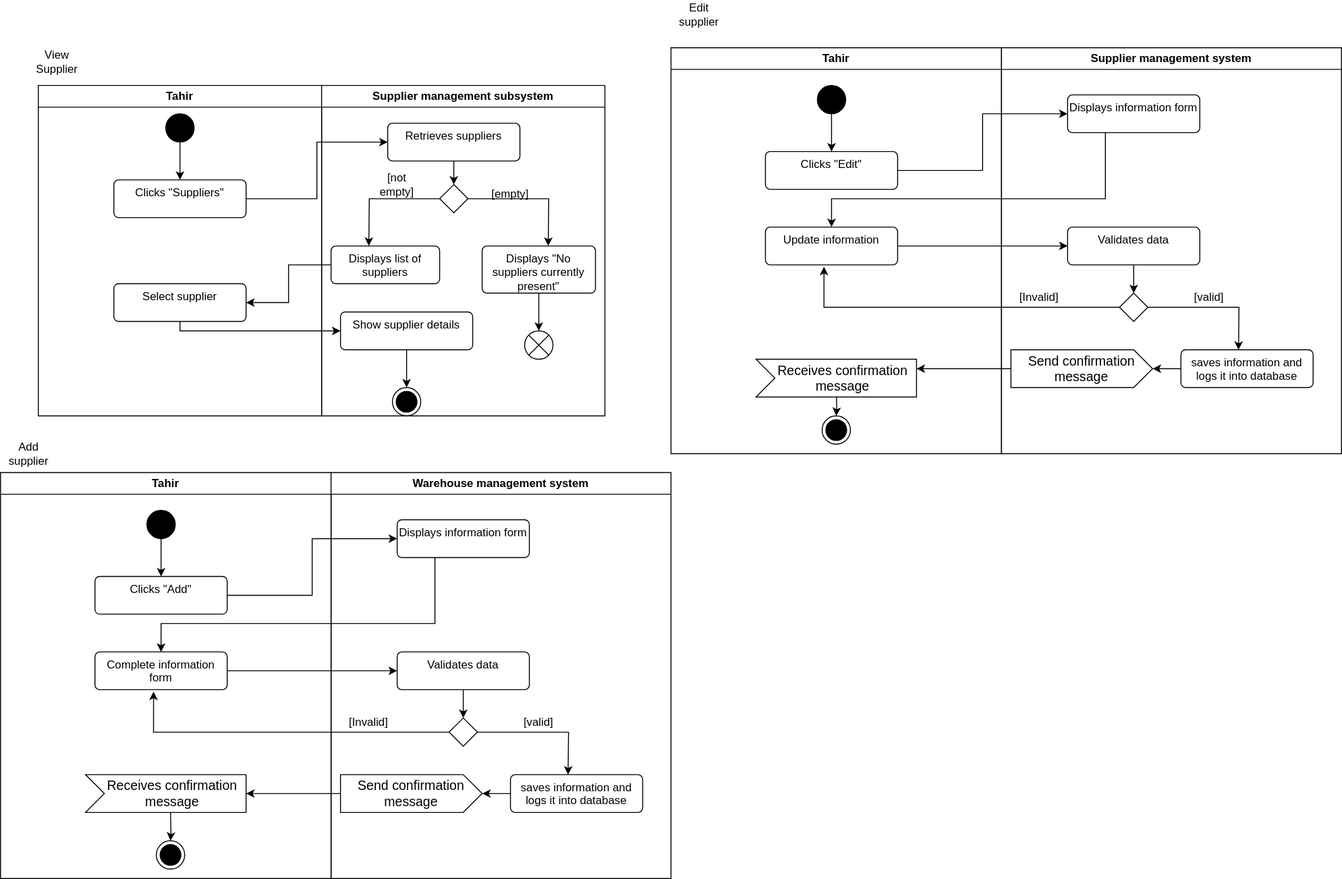
Simamkele88/IFM3_GP keeps this draw.io diagram as supplier_act.svg. Above is the earlier version. Source tidied: cells renumbered, new cells last; positions are measured from the earlier drawing's top-left corner, leaving out a move shared by most shapes.
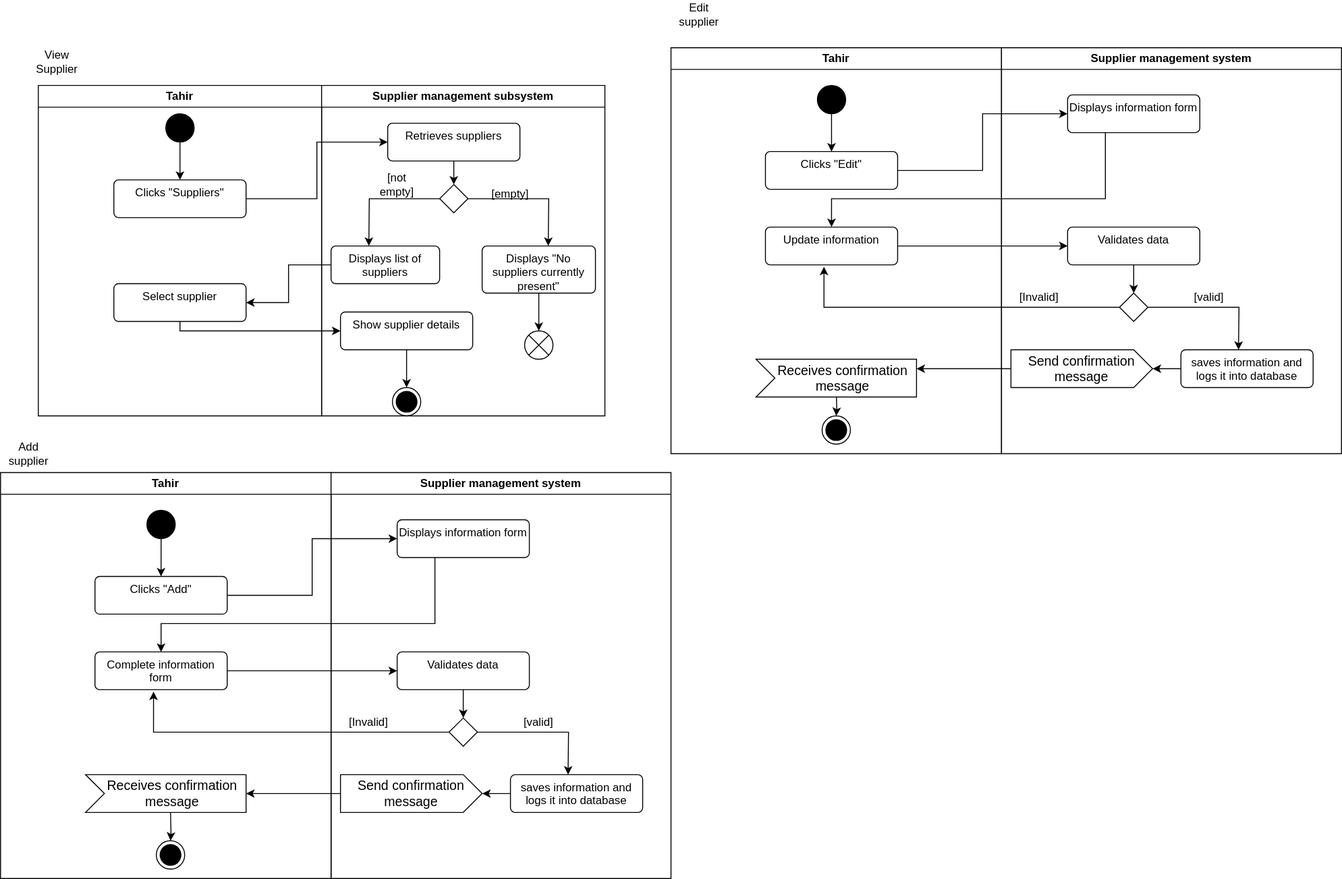
After the commit.

Change to the diagram source:
```diff
@@ -197,7 +197,7 @@
     <mxCell id="59" value="Receives confirmation message" style="html=1;shape=mxgraph.infographic.ribbonSimple;notch1=20;notch2=0;align=center;verticalAlign=middle;fontSize=14;fontStyle=0;fillColor=#FFFFFF;flipH=0;spacingRight=0;spacingLeft=14;whiteSpace=wrap;" parent="52" vertex="1">
       <mxGeometry x="90" y="320" width="170" height="40" as="geometry" />
     </mxCell>
-    <mxCell id="60" value="Warehouse management system" style="swimlane;whiteSpace=wrap;html=1;" parent="1" vertex="1">
+    <mxCell id="60" value="Supplier management system" style="swimlane;whiteSpace=wrap;html=1;" parent="1" vertex="1">
       <mxGeometry x="350" y="500" width="360" height="430" as="geometry" />
     </mxCell>
     <mxCell id="61" value="Displays information form" style="html=1;align=center;verticalAlign=top;rounded=1;absoluteArcSize=1;arcSize=10;dashed=0;whiteSpace=wrap;" parent="60" vertex="1">
```
